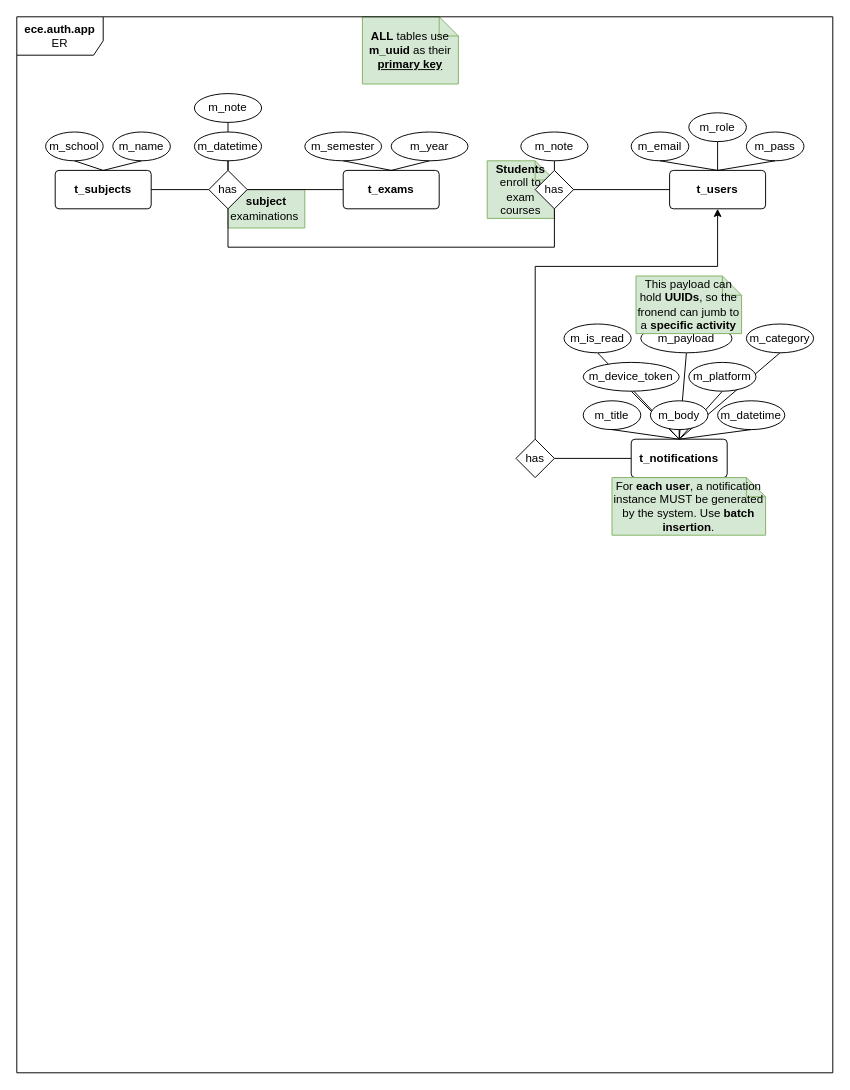
Before: design/ER.drawio in babaliaris/ece.auth.app.backend, a draw.io diagram. Source tidied: cells renumbered, new cells numbered last; positions are measured from the earlier drawing's top-left corner, leaving out a move shared by most shapes. Both pictures are drawn from the tidied source at 96%, with x=0, y=0 at pixel (16, 16).
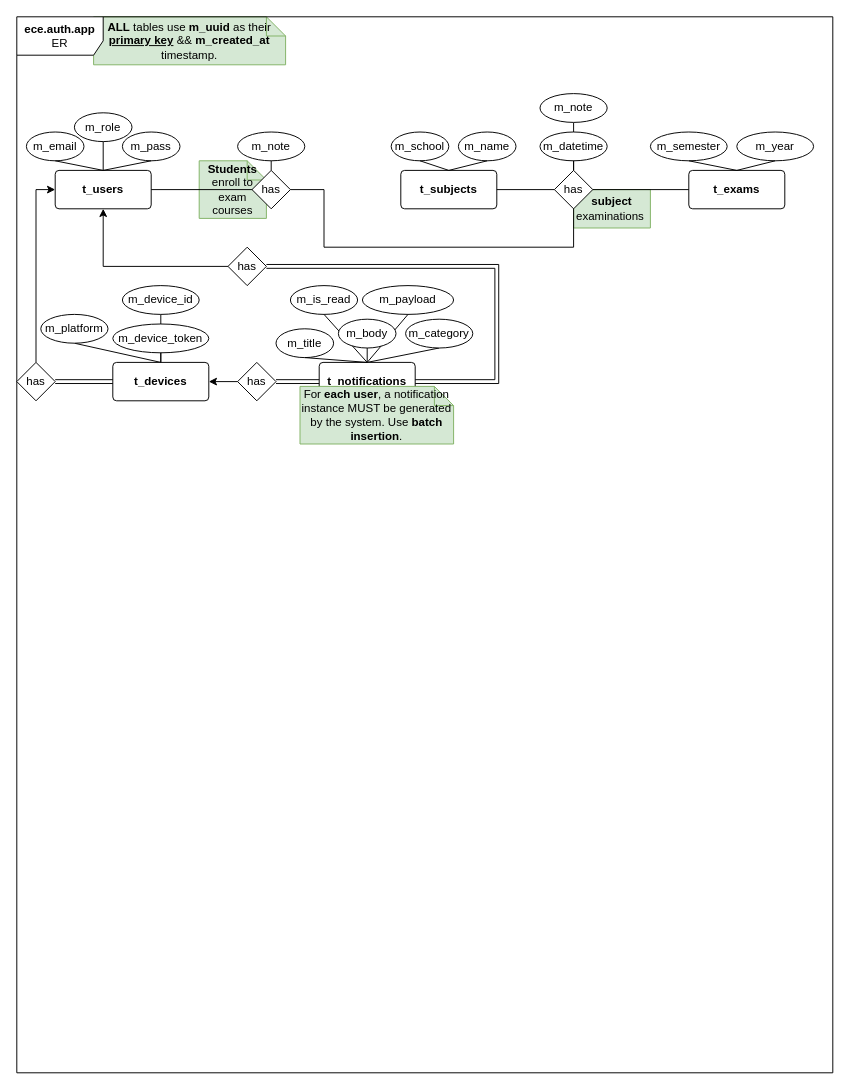
The same diagram, later.

Commit message (it also covers changes not shown here):
Finished implementing the schema

The edit, as a diff of the source:
```diff
@@
+    <mxCell id="57" style="endArrow=none;html=1;rounded=0;entryX=0.5;entryY=1;entryDx=0;entryDy=0;exitX=0.5;exitY=0;exitDx=0;exitDy=0;" parent="1" edge="1" source="59" target="64">
+      <mxGeometry relative="1" as="geometry" />
+    </mxCell>
+    <mxCell id="58" style="endArrow=none;html=1;rounded=0;entryX=0.5;entryY=1;entryDx=0;entryDy=0;exitX=0.5;exitY=0;exitDx=0;exitDy=0;" parent="1" edge="1" source="59" target="43">
+      <mxGeometry relative="1" as="geometry" />
+    </mxCell>
     <mxCell id="2" value="&lt;b&gt;subject &lt;/b&gt;examinations&lt;b&gt;&amp;nbsp;&lt;/b&gt;" style="shape=note;size=0;whiteSpace=wrap;html=1;fillColor=#d5e8d4;strokeColor=#82b366;" parent="1" vertex="1">
-      <mxGeometry x="220" y="180" width="80" height="40" as="geometry" />
+      <mxGeometry x="580" y="180" width="80" height="40" as="geometry" />
     </mxCell>
     <mxCell id="3" value="&lt;b&gt;Students&lt;/b&gt; enroll to exam courses" style="shape=note;size=20;whiteSpace=wrap;html=1;fillColor=#d5e8d4;strokeColor=#82b366;" parent="1" vertex="1">
-      <mxGeometry x="490" y="150" width="70" height="60" as="geometry" />
+      <mxGeometry x="190" y="150" width="70" height="60" as="geometry" />
     </mxCell>
@@
-    <mxCell id="7" style="endArrow=none;html=1;rounded=0;entryX=0.5;entryY=1;entryDx=0;entryDy=0;exitX=0.5;exitY=0;exitDx=0;exitDy=0;" parent="1" edge="1" source="31" target="43">
-      <mxGeometry relative="1" as="geometry" />
-    </mxCell>
-    <mxCell id="8" style="endArrow=none;html=1;rounded=0;entryX=0.5;entryY=1;entryDx=0;entryDy=0;exitX=0.5;exitY=0;exitDx=0;exitDy=0;" parent="1" edge="1" source="31" target="42">
-      <mxGeometry relative="1" as="geometry" />
-    </mxCell>
@@
     <mxCell id="11" value="t_subjects" style="rounded=1;arcSize=10;whiteSpace=wrap;html=1;align=center;fontStyle=1;" parent="1" vertex="1">
-      <mxGeometry x="40" y="160" width="100" height="40" as="geometry" />
+      <mxGeometry x="400" y="160" width="100" height="40" as="geometry" />
     </mxCell>
     <mxCell id="12" value="m_name" style="ellipse;whiteSpace=wrap;html=1;align=center;" parent="1" vertex="1">
-      <mxGeometry x="100" y="120" width="60" height="30" as="geometry" />
+      <mxGeometry x="460" y="120" width="60" height="30" as="geometry" />
     </mxCell>
@@
     <mxCell id="14" value="t_exams" style="rounded=1;arcSize=10;whiteSpace=wrap;html=1;align=center;fontStyle=1;" parent="1" vertex="1">
-      <mxGeometry x="340" y="160" width="100" height="40" as="geometry" />
+      <mxGeometry x="700" y="160" width="100" height="40" as="geometry" />
     </mxCell>
     <mxCell id="15" value="m_semester" style="ellipse;whiteSpace=wrap;html=1;align=center;fontStyle=0;" parent="1" vertex="1">
-      <mxGeometry x="300" y="120" width="80" height="30" as="geometry" />
+      <mxGeometry x="660" y="120" width="80" height="30" as="geometry" />
     </mxCell>
     <mxCell id="16" value="m_year" style="ellipse;whiteSpace=wrap;html=1;align=center;fontStyle=0;" parent="1" vertex="1">
-      <mxGeometry x="390" y="120" width="80" height="30" as="geometry" />
+      <mxGeometry x="750" y="120" width="80" height="30" as="geometry" />
     </mxCell>
@@
     <mxCell id="19" value="has" style="shape=rhombus;perimeter=rhombusPerimeter;whiteSpace=wrap;html=1;align=center;" parent="1" vertex="1">
-      <mxGeometry x="200" y="160" width="40" height="40" as="geometry" />
+      <mxGeometry x="560" y="160" width="40" height="40" as="geometry" />
     </mxCell>
-    <mxCell id="20" style="endArrow=none;html=1;rounded=0;entryX=0;entryY=0.5;entryDx=0;entryDy=0;exitX=1;exitY=0.5;exitDx=0;exitDy=0;" parent="1" edge="1" source="19" target="14">
+    <mxCell id="20" style="endArrow=none;html=1;rounded=0;entryX=0;entryY=0.5;entryDx=0;entryDy=0;exitX=1;exitY=0.5;exitDx=0;exitDy=0;edgeStyle=orthogonalEdgeStyle;" parent="1" edge="1" source="19" target="14">
       <mxGeometry relative="1" as="geometry" />
     </mxCell>
@@
     <mxCell id="22" value="m_datetime" style="ellipse;whiteSpace=wrap;html=1;align=center;" parent="1" vertex="1">
-      <mxGeometry x="185" y="120" width="70" height="30" as="geometry" />
+      <mxGeometry x="545" y="120" width="70" height="30" as="geometry" />
     </mxCell>
@@
     <mxCell id="24" value="t_users" style="rounded=1;arcSize=10;whiteSpace=wrap;html=1;align=center;fontStyle=1;" parent="1" vertex="1">
-      <mxGeometry x="680" y="160" width="100" height="40" as="geometry" />
+      <mxGeometry x="40" y="160" width="100" height="40" as="geometry" />
     </mxCell>
     <mxCell id="25" value="m_email" style="ellipse;whiteSpace=wrap;html=1;align=center;fontStyle=0;" parent="1" vertex="1">
-      <mxGeometry x="640" y="120" width="60" height="30" as="geometry" />
+      <mxGeometry x="10" y="120" width="60" height="30" as="geometry" />
     </mxCell>
     <mxCell id="26" value="m_pass" style="ellipse;whiteSpace=wrap;html=1;align=center;" parent="1" vertex="1">
-      <mxGeometry x="760" y="120" width="60" height="30" as="geometry" />
+      <mxGeometry x="110" y="120" width="60" height="30" as="geometry" />
     </mxCell>
     <mxCell id="27" value="m_role" style="ellipse;whiteSpace=wrap;html=1;align=center;" parent="1" vertex="1">
-      <mxGeometry x="700" y="100" width="60" height="30" as="geometry" />
+      <mxGeometry x="60" y="100" width="60" height="30" as="geometry" />
     </mxCell>
@@
     <mxCell id="30" value="m_note" style="ellipse;whiteSpace=wrap;html=1;align=center;" parent="1" vertex="1">
-      <mxGeometry x="185" y="80" width="70" height="30" as="geometry" />
+      <mxGeometry x="545" y="80" width="70" height="30" as="geometry" />
     </mxCell>
     <mxCell id="31" value="t_notifications" style="rounded=1;arcSize=10;whiteSpace=wrap;html=1;align=center;fontStyle=1;" parent="1" vertex="1">
-      <mxGeometry x="640" y="440" width="100" height="40" as="geometry" />
+      <mxGeometry x="315" y="360" width="100" height="40" as="geometry" />
     </mxCell>
     <mxCell id="32" value="m_school" style="ellipse;whiteSpace=wrap;html=1;align=center;" parent="1" vertex="1">
-      <mxGeometry x="30" y="120" width="60" height="30" as="geometry" />
+      <mxGeometry x="390" y="120" width="60" height="30" as="geometry" />
     </mxCell>
@@
-    <mxCell id="34" value="&lt;b&gt;ALL&lt;/b&gt; tables use &lt;b&gt;m_uuid&lt;/b&gt; as their &lt;b&gt;&lt;u&gt;primary key&lt;/u&gt;&lt;/b&gt;" style="shape=note;size=20;whiteSpace=wrap;html=1;fillColor=#d5e8d4;strokeColor=#82b366;" parent="1" vertex="1">
-      <mxGeometry x="360" width="100" height="70" as="geometry" />
+    <mxCell id="34" value="&lt;b&gt;ALL&lt;/b&gt; tables use &lt;b&gt;m_uuid&lt;/b&gt; as their &lt;b style=&quot;text-decoration-line: underline;&quot;&gt;primary key&lt;/b&gt;&amp;nbsp;&amp;amp;&amp;amp; &lt;b&gt;m_created_at&lt;/b&gt; timestamp." style="shape=note;size=20;whiteSpace=wrap;html=1;fillColor=#d5e8d4;strokeColor=#82b366;" parent="1" vertex="1">
+      <mxGeometry x="80" width="200" height="50" as="geometry" />
     </mxCell>
@@
     <mxCell id="36" value="m_body" style="ellipse;whiteSpace=wrap;html=1;align=center;fontStyle=0;" parent="1" vertex="1">
-      <mxGeometry x="660" y="400" width="60" height="30" as="geometry" />
+      <mxGeometry x="335" y="315" width="60" height="30" as="geometry" />
     </mxCell>
     <mxCell id="37" value="m_title" style="ellipse;whiteSpace=wrap;html=1;align=center;fontStyle=0;" parent="1" vertex="1">
-      <mxGeometry x="590" y="400" width="60" height="30" as="geometry" />
+      <mxGeometry x="270" y="325" width="60" height="30" as="geometry" />
     </mxCell>
-    <mxCell id="38" value="m_datetime" style="ellipse;whiteSpace=wrap;html=1;align=center;fontStyle=0;" parent="1" vertex="1">
-      <mxGeometry x="730" y="400" width="70" height="30" as="geometry" />
-    </mxCell>
@@
-    <mxCell id="41" style="endArrow=none;html=1;rounded=0;entryX=0.5;entryY=1;entryDx=0;entryDy=0;exitX=0.5;exitY=0;exitDx=0;exitDy=0;" parent="1" edge="1" source="31" target="38">
-      <mxGeometry relative="1" as="geometry" />
-    </mxCell>
-    <mxCell id="42" value="m_device_token" style="ellipse;whiteSpace=wrap;html=1;align=center;fontStyle=0;" parent="1" vertex="1">
-      <mxGeometry x="590" y="360" width="100" height="30" as="geometry" />
-    </mxCell>
-    <mxCell id="43" value="m_platform" style="ellipse;whiteSpace=wrap;html=1;align=center;fontStyle=0;" parent="1" vertex="1">
-      <mxGeometry x="700" y="360" width="70" height="30" as="geometry" />
-    </mxCell>
     <mxCell id="44" value="m_is_read" style="ellipse;whiteSpace=wrap;html=1;align=center;fontStyle=0;" parent="1" vertex="1">
-      <mxGeometry x="570" y="320" width="70" height="30" as="geometry" />
+      <mxGeometry x="285" y="280" width="70" height="30" as="geometry" />
     </mxCell>
     <mxCell id="45" value="m_category" style="ellipse;whiteSpace=wrap;html=1;align=center;fontStyle=0;" parent="1" vertex="1">
-      <mxGeometry x="760" y="320" width="70" height="30" as="geometry" />
+      <mxGeometry x="405" y="315" width="70" height="30" as="geometry" />
     </mxCell>
     <mxCell id="46" value="m_payload" style="ellipse;whiteSpace=wrap;html=1;align=center;fontStyle=0;" parent="1" vertex="1">
-      <mxGeometry x="650" y="320" width="95" height="30" as="geometry" />
+      <mxGeometry x="360" y="280" width="95" height="30" as="geometry" />
     </mxCell>
     <mxCell id="47" value="has" style="shape=rhombus;perimeter=rhombusPerimeter;whiteSpace=wrap;html=1;align=center;" parent="1" vertex="1">
-      <mxGeometry x="540" y="160" width="40" height="40" as="geometry" />
+      <mxGeometry x="245" y="160" width="40" height="40" as="geometry" />
     </mxCell>
-    <mxCell id="48" style="endArrow=none;html=1;rounded=0;entryX=0;entryY=0.5;entryDx=0;entryDy=0;exitX=1;exitY=0.5;exitDx=0;exitDy=0;" parent="1" edge="1" source="47" target="24">
+    <mxCell id="48" style="endArrow=none;html=1;rounded=0;entryX=1;entryY=0.5;entryDx=0;entryDy=0;exitX=0;exitY=0.5;exitDx=0;exitDy=0;edgeStyle=orthogonalEdgeStyle;" parent="1" edge="1" source="47" target="24">
       <mxGeometry relative="1" as="geometry" />
     </mxCell>
-    <mxCell id="49" style="endArrow=none;html=1;rounded=0;entryX=0.5;entryY=1;entryDx=0;entryDy=0;exitX=0.5;exitY=1;exitDx=0;exitDy=0;edgeStyle=orthogonalEdgeStyle;" parent="1" edge="1" source="19" target="47">
+    <mxCell id="49" style="endArrow=none;html=1;rounded=0;entryX=1;entryY=0.5;entryDx=0;entryDy=0;exitX=0.5;exitY=1;exitDx=0;exitDy=0;edgeStyle=orthogonalEdgeStyle;" parent="1" edge="1" source="19" target="47">
       <mxGeometry relative="1" as="geometry">
         <Array as="points">
-          <mxPoint x="220" y="240" />
-          <mxPoint x="560" y="240" />
+          <mxPoint x="580" y="240" />
+          <mxPoint x="320" y="240" />
+          <mxPoint x="320" y="180" />
         </Array>
       </mxGeometry>
     </mxCell>
     <mxCell id="50" value="m_note" style="ellipse;whiteSpace=wrap;html=1;align=center;" parent="1" vertex="1">
-      <mxGeometry x="525" y="120" width="70" height="30" as="geometry" />
+      <mxGeometry x="230" y="120" width="70" height="30" as="geometry" />
     </mxCell>
@@
     <mxCell id="52" value="has" style="shape=rhombus;perimeter=rhombusPerimeter;whiteSpace=wrap;html=1;align=center;" parent="1" vertex="1">
-      <mxGeometry x="520" y="440" width="40" height="40" as="geometry" />
+      <mxGeometry x="220" y="240" width="40" height="40" as="geometry" />
     </mxCell>
-    <mxCell id="53" style="endArrow=classic;html=1;rounded=0;entryX=0.5;entryY=1;entryDx=0;entryDy=0;exitX=0.5;exitY=0;exitDx=0;exitDy=0;edgeStyle=orthogonalEdgeStyle;startArrow=none;startFill=0;endFill=1;" parent="1" edge="1" source="52" target="24">
-      <mxGeometry relative="1" as="geometry">
-        <Array as="points">
-          <mxPoint x="540" y="260" />
-          <mxPoint x="730" y="260" />
-        </Array>
-      </mxGeometry>
-    </mxCell>
+    <mxCell id="55" value="For &lt;b&gt;each user&lt;/b&gt;, a notification instance MUST be generated by the system. Use &lt;b&gt;batch insertion&lt;/b&gt;." style="shape=note;size=20;whiteSpace=wrap;html=1;fillColor=#d5e8d4;strokeColor=#82b366;" parent="1" vertex="1">
+      <mxGeometry x="295" y="385" width="160" height="60" as="geometry" />
+    </mxCell>
+    <mxCell id="59" value="t_devices" style="rounded=1;arcSize=10;whiteSpace=wrap;html=1;align=center;fontStyle=1;" parent="1" vertex="1">
+      <mxGeometry x="100" y="360" width="100" height="40" as="geometry" />
+    </mxCell>
+    <mxCell id="42" value="m_device_token" style="ellipse;whiteSpace=wrap;html=1;align=center;fontStyle=0;" parent="1" vertex="1">
+      <mxGeometry x="100" y="320" width="100" height="30" as="geometry" />
+    </mxCell>
+    <mxCell id="43" value="m_platform" style="ellipse;whiteSpace=wrap;html=1;align=center;fontStyle=0;" parent="1" vertex="1">
+      <mxGeometry x="25" y="310" width="70" height="30" as="geometry" />
+    </mxCell>
+    <mxCell id="60" value="has" style="shape=rhombus;perimeter=rhombusPerimeter;whiteSpace=wrap;html=1;align=center;" parent="1" vertex="1">
+      <mxGeometry y="360" width="40" height="40" as="geometry" />
+    </mxCell>
+    <mxCell id="61" style="endArrow=none;html=1;rounded=0;entryX=1;entryY=0.5;entryDx=0;entryDy=0;exitX=0;exitY=0.5;exitDx=0;exitDy=0;shape=link;edgeStyle=orthogonalEdgeStyle;" parent="1" edge="1" source="59" target="60">
+      <mxGeometry relative="1" as="geometry" />
+    </mxCell>
+    <mxCell id="62" style="endArrow=classic;html=1;rounded=0;entryX=0;entryY=0.5;entryDx=0;entryDy=0;exitX=0.5;exitY=0;exitDx=0;exitDy=0;edgeStyle=orthogonalEdgeStyle;startArrow=none;startFill=0;endFill=1;" parent="1" edge="1" source="60" target="24">
+      <mxGeometry relative="1" as="geometry" />
+    </mxCell>
+    <mxCell id="63" style="endArrow=none;html=1;rounded=0;exitX=0.5;exitY=1;exitDx=0;exitDy=0;entryX=0.5;entryY=0;entryDx=0;entryDy=0;" parent="1" edge="1" source="42" target="59">
+      <mxGeometry relative="1" as="geometry" />
+    </mxCell>
+    <mxCell id="64" value="m_device_id" style="ellipse;whiteSpace=wrap;html=1;align=center;fontStyle=0;" parent="1" vertex="1">
+      <mxGeometry x="110" y="280" width="80" height="30" as="geometry" />
+    </mxCell>
+    <mxCell id="65" style="endArrow=none;html=1;rounded=0;entryX=0;entryY=0.5;entryDx=0;entryDy=0;exitX=0.5;exitY=1;exitDx=0;exitDy=0;edgeStyle=orthogonalEdgeStyle;endFill=0;startArrow=classic;startFill=1;" parent="1" edge="1" source="24" target="52">
+      <mxGeometry relative="1" as="geometry" />
+    </mxCell>
-    <mxCell id="54" style="endArrow=none;html=1;rounded=0;entryX=1;entryY=0.5;entryDx=0;entryDy=0;exitX=0;exitY=0.5;exitDx=0;exitDy=0;shape=filledEdge;" parent="1" edge="1" source="31" target="52">
-      <mxGeometry relative="1" as="geometry" />
+    <mxCell id="54" style="endArrow=none;html=1;rounded=0;entryX=1;entryY=0.5;entryDx=0;entryDy=0;exitX=1;exitY=0.5;exitDx=0;exitDy=0;edgeStyle=orthogonalEdgeStyle;shape=link;" parent="1" edge="1" source="31" target="52">
+      <mxGeometry relative="1" as="geometry">
+        <Array as="points">
+          <mxPoint x="500" y="380" />
+          <mxPoint x="500" y="260" />
+        </Array>
+      </mxGeometry>
     </mxCell>
-    <mxCell id="55" value="For &lt;b&gt;each user&lt;/b&gt;, a notification instance MUST be generated by the system. Use &lt;b&gt;batch insertion&lt;/b&gt;." style="shape=note;size=20;whiteSpace=wrap;html=1;fillColor=#d5e8d4;strokeColor=#82b366;" parent="1" vertex="1">
-      <mxGeometry x="620" y="480" width="160" height="60" as="geometry" />
-    </mxCell>
-    <mxCell id="56" value="This payload can hold &lt;b&gt;UUIDs&lt;/b&gt;, so the fronend can jumb to a &lt;b&gt;specific activity&lt;/b&gt;" style="shape=note;size=20;whiteSpace=wrap;html=1;fillColor=#d5e8d4;strokeColor=#82b366;" parent="1" vertex="1">
-      <mxGeometry x="645" y="270" width="110" height="60" as="geometry" />
-    </mxCell>
+    <mxCell id="66" value="has" style="shape=rhombus;perimeter=rhombusPerimeter;whiteSpace=wrap;html=1;align=center;" parent="1" vertex="1">
+      <mxGeometry x="230" y="360" width="40" height="40" as="geometry" />
+    </mxCell>
+    <mxCell id="67" style="endArrow=none;html=1;rounded=0;entryX=0;entryY=0.5;entryDx=0;entryDy=0;exitX=1;exitY=0.5;exitDx=0;exitDy=0;edgeStyle=orthogonalEdgeStyle;startArrow=classic;startFill=1;" parent="1" edge="1" source="59" target="66">
+      <mxGeometry relative="1" as="geometry" />
+    </mxCell>
+    <mxCell id="68" style="endArrow=none;html=1;rounded=0;exitX=1;exitY=0.5;exitDx=0;exitDy=0;entryX=0;entryY=0.5;entryDx=0;entryDy=0;edgeStyle=orthogonalEdgeStyle;shape=link;" parent="1" edge="1" source="66" target="31">
+      <mxGeometry relative="1" as="geometry" />
+    </mxCell>
```
